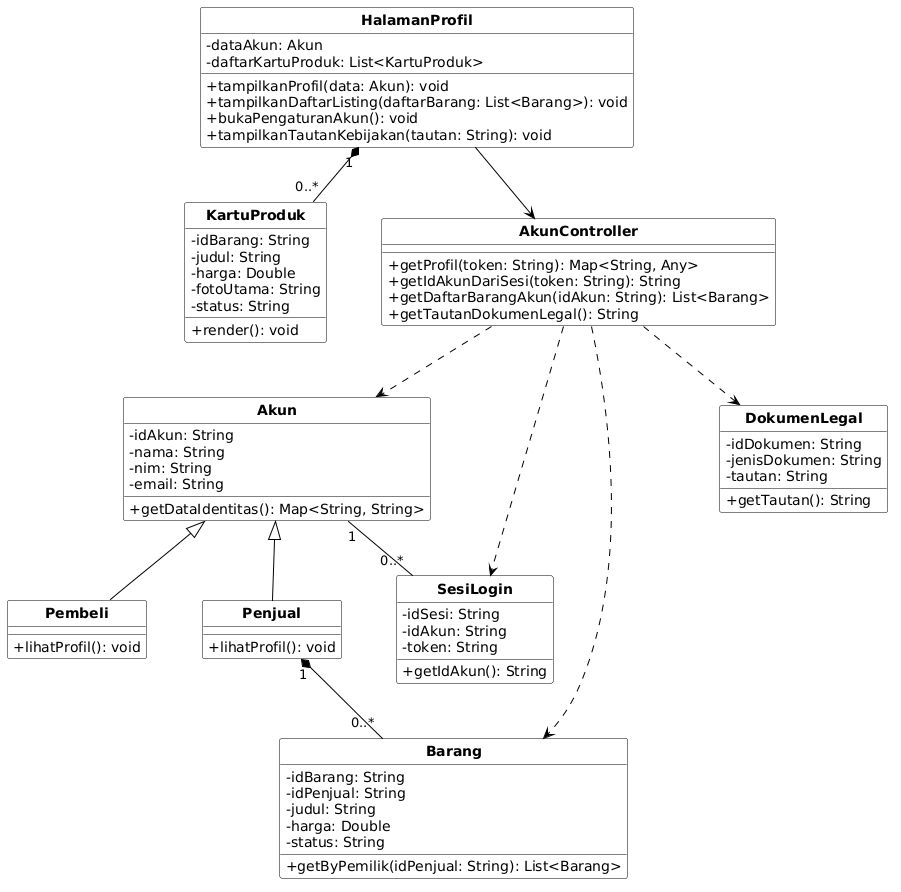
The PlantUML diagram docs/M7/assets/diagram/Diagram_Kelas_UC05.png in ghaniyul/IF2150-RPL-K01-G02, before a commit. Its diagram source:
```plantuml
@startuml
skinparam monochrome true
skinparam shadowing false
skinparam defaultFontName Arial
skinparam classAttributeIconSize 0
skinparam classFontStyle bold
skinparam classBorderColor #000000
skinparam classBackgroundColor #FFFFFF
skinparam arrowColor #000000
skinparam nodesep 55
skinparam ranksep 55

hide circle
hide stereotype

class "HalamanProfil" as C02 {
  - dataAkun: Akun
  - daftarKartuProduk: List<KartuProduk>
  + tampilkanProfil(data: Akun): void
  + tampilkanDaftarListing(daftarBarang: List<Barang>): void
  + bukaPengaturanAkun(): void
  + tampilkanTautanKebijakan(tautan: String): void
}

class "KartuProduk" as C06 {
  - idBarang: String
  - judul: String
  - harga: Double
  - fotoUtama: String
  - status: String
  + render(): void
}

class "AkunController" as C13 {
  + getProfil(token: String): Map<String, Any>
  + getIdAkunDariSesi(token: String): String
  + getDaftarBarangAkun(idAkun: String): List<Barang>
  + getTautanDokumenLegal(): String
}

class "Akun" as C23 {
  - idAkun: String
  - nama: String
  - nim: String
  - email: String
  + getDataIdentitas(): Map<String, String>
}

class "Pembeli" as C24 {
  + lihatProfil(): void
}

class "Penjual" as C25 {
  + lihatProfil(): void
}

class "SesiLogin" as C28 {
  - idSesi: String
  - idAkun: String
  - token: String
  + getIdAkun(): String
}

class "Barang" as C29 {
  - idBarang: String
  - idPenjual: String
  - judul: String
  - harga: Double
  - status: String
  + getByPemilik(idPenjual: String): List<Barang>
}

class "DokumenLegal" as C40 {
  - idDokumen: String
  - jenisDokumen: String
  - tautan: String
  + getTautan(): String
}

C02 "1" *-- "0..*" C06
C02 --> C13
C13 ..> C23
C13 ..> C28
C13 ..> C29
C13 ..> C40

C23 <|-- C24
C23 <|-- C25
C23 "1" -- "0..*" C28
C25 "1" *-- "0..*" C29
@enduml
```
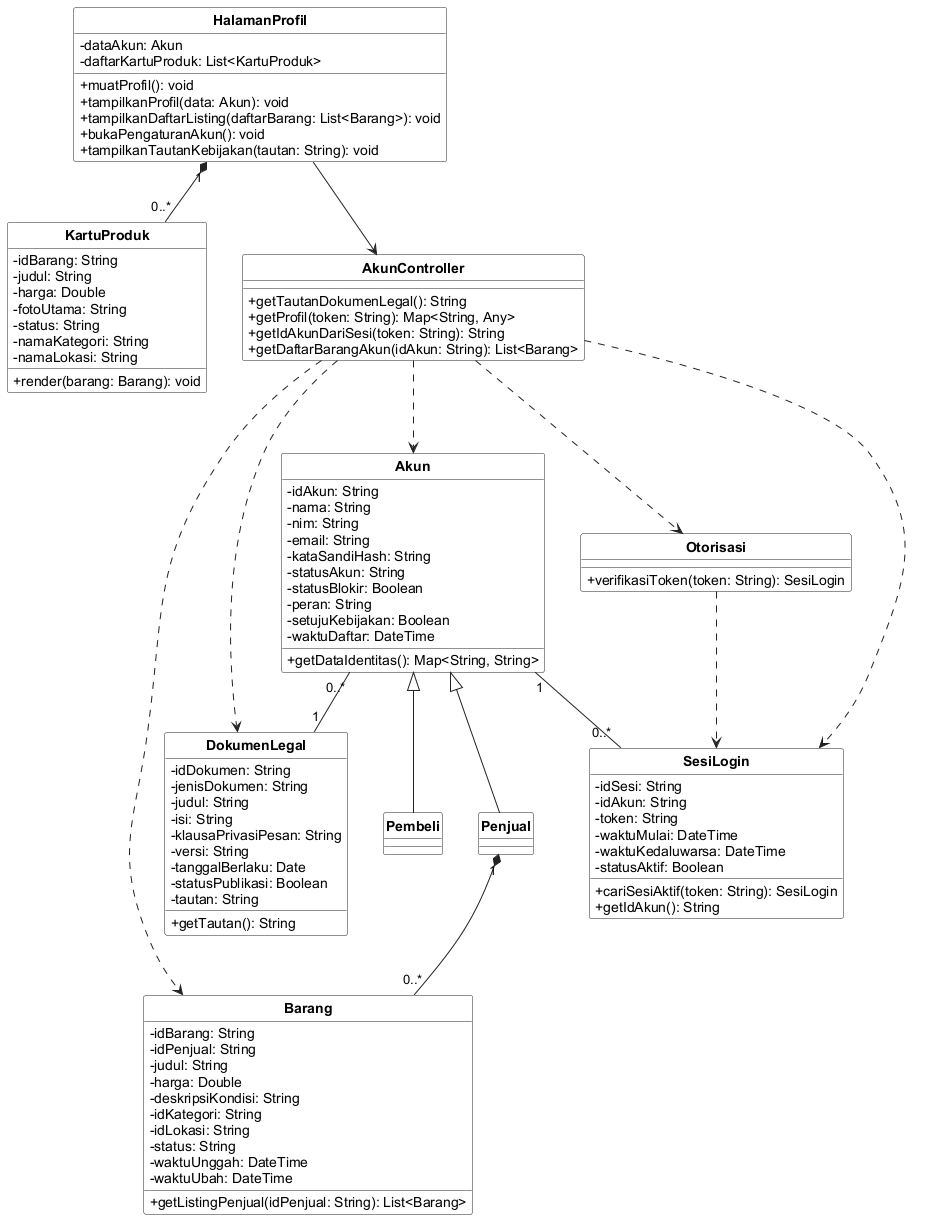
After the change.

The edit, as a diff of the source:
```diff
@@ -1,91 +1,108 @@
 @startuml
-skinparam monochrome true
 skinparam shadowing false
+skinparam classAttributeIconSize 0
+skinparam classBackgroundColor #FFFFFF
+skinparam classBorderColor #222222
+skinparam arrowColor #222222
+skinparam packageBorderColor #888888
 skinparam defaultFontName Arial
-skinparam classAttributeIconSize 0
 skinparam classFontStyle bold
-skinparam classBorderColor #000000
-skinparam classBackgroundColor #FFFFFF
-skinparam arrowColor #000000
-skinparam nodesep 55
-skinparam ranksep 55
-
+skinparam stereotypeFontSize 10
 hide circle
 hide stereotype
+
 
 class "HalamanProfil" as C02 {
   - dataAkun: Akun
   - daftarKartuProduk: List<KartuProduk>
+  + muatProfil(): void
   + tampilkanProfil(data: Akun): void
   + tampilkanDaftarListing(daftarBarang: List<Barang>): void
   + bukaPengaturanAkun(): void
   + tampilkanTautanKebijakan(tautan: String): void
 }
-
 class "KartuProduk" as C06 {
   - idBarang: String
   - judul: String
   - harga: Double
   - fotoUtama: String
   - status: String
-  + render(): void
+  - namaKategori: String
+  - namaLokasi: String
+  + render(barang: Barang): void
 }
-
 class "AkunController" as C13 {
+  + getTautanDokumenLegal(): String
   + getProfil(token: String): Map<String, Any>
   + getIdAkunDariSesi(token: String): String
   + getDaftarBarangAkun(idAkun: String): List<Barang>
-  + getTautanDokumenLegal(): String
 }
-
 class "Akun" as C23 {
   - idAkun: String
   - nama: String
   - nim: String
   - email: String
+  - kataSandiHash: String
+  - statusAkun: String
+  - statusBlokir: Boolean
+  - peran: String
+  - setujuKebijakan: Boolean
+  - waktuDaftar: DateTime
   + getDataIdentitas(): Map<String, String>
 }
-
 class "Pembeli" as C24 {
-  + lihatProfil(): void
 }
-
 class "Penjual" as C25 {
-  + lihatProfil(): void
 }
-
 class "SesiLogin" as C28 {
   - idSesi: String
   - idAkun: String
   - token: String
+  - waktuMulai: DateTime
+  - waktuKedaluwarsa: DateTime
+  - statusAktif: Boolean
+  + cariSesiAktif(token: String): SesiLogin
   + getIdAkun(): String
 }
-
 class "Barang" as C29 {
   - idBarang: String
   - idPenjual: String
   - judul: String
   - harga: Double
+  - deskripsiKondisi: String
+  - idKategori: String
+  - idLokasi: String
   - status: String
-  + getByPemilik(idPenjual: String): List<Barang>
+  - waktuUnggah: DateTime
+  - waktuUbah: DateTime
+  + getListingPenjual(idPenjual: String): List<Barang>
 }
-
 class "DokumenLegal" as C40 {
   - idDokumen: String
   - jenisDokumen: String
+  - judul: String
+  - isi: String
+  - klausaPrivasiPesan: String
+  - versi: String
+  - tanggalBerlaku: Date
+  - statusPublikasi: Boolean
   - tautan: String
   + getTautan(): String
 }
-
+class "Otorisasi" as C41 {
+  + verifikasiToken(token: String): SesiLogin
+}
+C02 --> C13
 C02 "1" *-- "0..*" C06
-C02 --> C13
 C13 ..> C23
 C13 ..> C28
 C13 ..> C29
 C13 ..> C40
-
+C13 ..> C41
+C41 ..> C28
 C23 <|-- C24
 C23 <|-- C25
 C23 "1" -- "0..*" C28
+C23 "0..*" -- "1" C40
 C25 "1" *-- "0..*" C29
 @enduml
```
